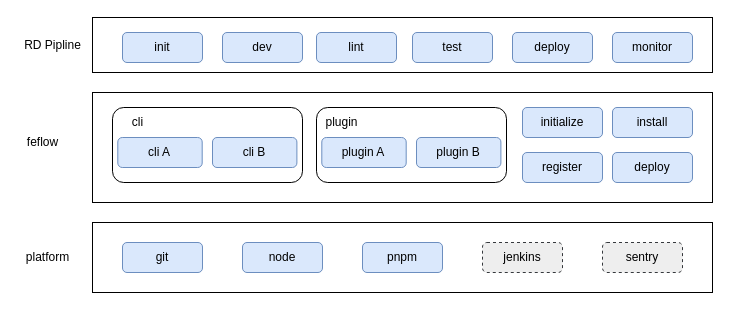
Earlier version of the draw.io diagram Untitled Diagram.drawio (1587319019/diagrams). Source tidied: cells renumbered, new cells numbered last; positions are measured from the earlier drawing's top-left corner, leaving out a move shared by most shapes. Both pictures are drawn from the tidied source at 100%, with x=0, y=0 at pixel (17, 17).
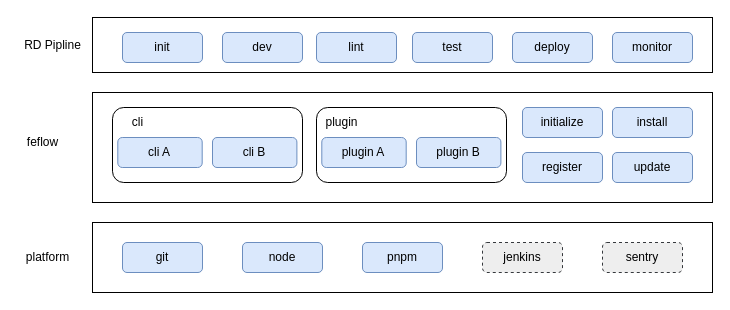
Above is the later version.

The change refers to these unchanged cells:
```xml
<mxCell id="2" style="group;" parent="1" vertex="1">
  <mxGeometry width="695" height="275" as="geometry" />
</mxCell>
```

Diff of the diagram source:
```diff
@@
-    <mxCell id="16" value="deploy" style="rounded=1;whiteSpace=wrap;html=1;fillColor=#dae8fc;strokeColor=#6c8ebf;" parent="2" vertex="1">
+    <mxCell id="16" value="update" style="rounded=1;whiteSpace=wrap;html=1;fillColor=#dae8fc;strokeColor=#6c8ebf;" parent="2" vertex="1">
       <mxGeometry x="595" y="135" width="80" height="30" as="geometry" />
     </mxCell>
```
